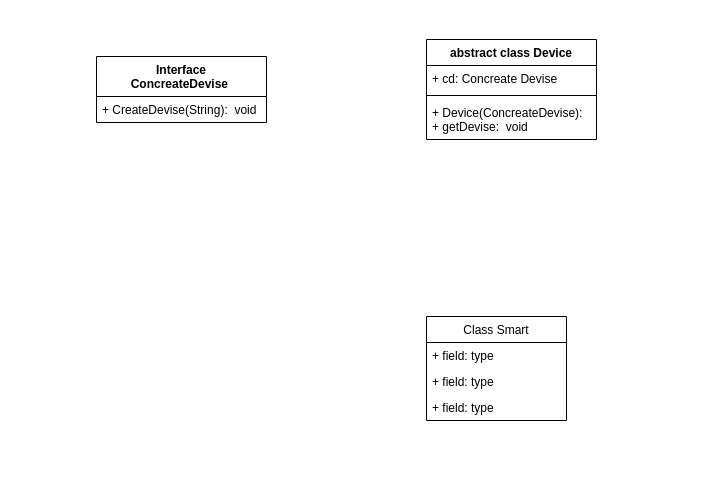
Before: page "Structural Bridge" (7 of 7) of Untitled Diagram.drawio in antonshikalyov/Diagram-patterns-, a draw.io diagram. Source tidied: cells renumbered, new cells numbered last; positions are measured from the earlier drawing's top-left corner, leaving out a move shared by most shapes. Both pictures are drawn from the tidied source at 100%, with x=0, y=0 at pixel (96, 39).
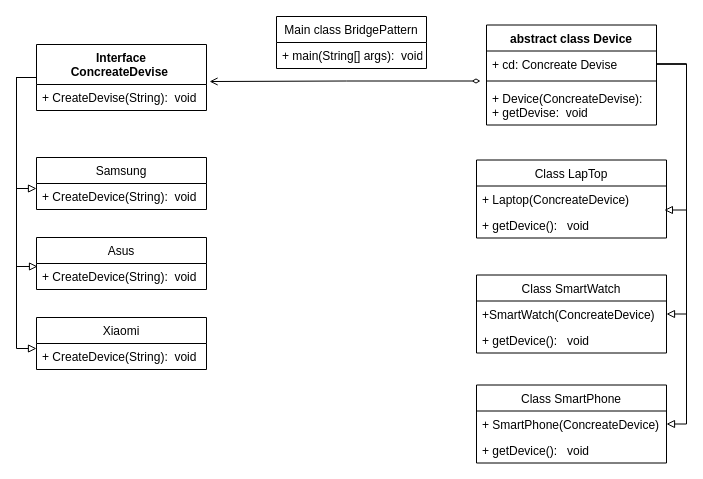
After the change.

Unchanged cells that the change refers to:
```xml
<mxCell id="3" value="+ CreateDevise(String):  void" style="text;strokeColor=none;fillColor=none;align=left;verticalAlign=top;spacingLeft=4;spacingRight=4;overflow=hidden;points=[[0,0.5],[1,0.5]];portConstraint=eastwest;" parent="2" vertex="1">
  <mxGeometry y="40" width="170" height="26" as="geometry" />
</mxCell>
<mxCell id="5" value="+ cd: Concreate Devise" style="text;strokeColor=none;fillColor=none;align=left;verticalAlign=top;spacingLeft=4;spacingRight=4;overflow=hidden;points=[[0,0.5],[1,0.5]];portConstraint=eastwest;" parent="4" vertex="1">
  <mxGeometry y="26" width="170" height="26" as="geometry" />
</mxCell>
<mxCell id="6" style="line;strokeWidth=1;fillColor=none;align=left;verticalAlign=middle;spacingTop=-1;spacingLeft=3;spacingRight=3;labelPosition=right;points=[];portConstraint=eastwest;" parent="4" vertex="1">
  <mxGeometry y="52" width="170" height="8" as="geometry" />
</mxCell>
```

Diff of the diagram source:
```diff
@@
+    <mxCell id="12" style="group;" parent="1" vertex="1">
+      <mxGeometry x="-80" y="5" width="190" height="325" as="geometry" />
+    </mxCell>
-    <mxCell id="2" value="Interface &#10;ConcreateDevise " style="swimlane;fontStyle=1;horizontal=1;startSize=40;fillColor=none;hachureGap=4;" parent="1" vertex="1">
-      <mxGeometry y="17" width="170" height="66" as="geometry" />
+    <mxCell id="2" value="Interface &#10;ConcreateDevise " style="swimlane;fontStyle=1;horizontal=1;startSize=40;fillColor=none;hachureGap=4;" parent="12" vertex="1">
+      <mxGeometry x="20" width="170" height="66" as="geometry" />
     </mxCell>
@@
+    <mxCell id="13" value="Samsung" style="swimlane;fontStyle=0;horizontal=1;startSize=26;fillColor=none;" parent="12" vertex="1">
+      <mxGeometry x="20" y="113" width="170" height="52" as="geometry" />
+    </mxCell>
+    <mxCell id="14" value="+ CreateDevice(String):  void" style="text;strokeColor=none;fillColor=none;align=left;verticalAlign=top;spacingLeft=4;spacingRight=4;overflow=hidden;points=[[0,0.5],[1,0.5]];portConstraint=eastwest;" parent="13" vertex="1">
+      <mxGeometry y="26" width="170" height="26" as="geometry" />
+    </mxCell>
+    <mxCell id="15" style="edgeStyle=orthogonalEdgeStyle;rounded=0;jettySize=auto;html=1;entryX=0;entryY=0.192;entryDx=0;entryDy=0;entryPerimeter=0;endArrow=block;endFill=0;" parent="12" edge="1" source="2" target="14">
+      <mxGeometry relative="1" as="geometry">
+        <Array as="points">
+          <mxPoint y="33" />
+          <mxPoint y="144" />
+        </Array>
+      </mxGeometry>
+    </mxCell>
+    <mxCell id="16" value="Xiaomi" style="swimlane;fontStyle=0;horizontal=1;startSize=26;fillColor=none;" parent="12" vertex="1">
+      <mxGeometry x="20" y="273" width="170" height="52" as="geometry" />
+    </mxCell>
+    <mxCell id="17" value="+ CreateDevice(String):  void" style="text;strokeColor=none;fillColor=none;align=left;verticalAlign=top;spacingLeft=4;spacingRight=4;overflow=hidden;points=[[0,0.5],[1,0.5]];portConstraint=eastwest;" parent="16" vertex="1">
+      <mxGeometry y="26" width="170" height="26" as="geometry" />
+    </mxCell>
+    <mxCell id="18" style="edgeStyle=orthogonalEdgeStyle;rounded=0;jettySize=auto;html=1;entryX=0;entryY=0.192;entryDx=0;entryDy=0;entryPerimeter=0;endArrow=block;endFill=0;" parent="12" edge="1" source="2" target="17">
+      <mxGeometry relative="1" as="geometry">
+        <Array as="points">
+          <mxPoint y="33" />
+          <mxPoint y="304" />
+        </Array>
+      </mxGeometry>
+    </mxCell>
+    <mxCell id="19" value="Asus" style="swimlane;fontStyle=0;horizontal=1;startSize=26;fillColor=none;" parent="12" vertex="1">
+      <mxGeometry x="20" y="193" width="170" height="52" as="geometry" />
+    </mxCell>
+    <mxCell id="20" value="+ CreateDevice(String):  void" style="text;strokeColor=none;fillColor=none;align=left;verticalAlign=top;spacingLeft=4;spacingRight=4;overflow=hidden;points=[[0,0.5],[1,0.5]];portConstraint=eastwest;" parent="19" vertex="1">
+      <mxGeometry y="26" width="170" height="26" as="geometry" />
+    </mxCell>
+    <mxCell id="21" style="edgeStyle=orthogonalEdgeStyle;rounded=0;jettySize=auto;html=1;entryX=0.006;entryY=0.115;entryDx=0;entryDy=0;entryPerimeter=0;endArrow=block;endFill=0;" parent="12" edge="1" source="2" target="20">
+      <mxGeometry relative="1" as="geometry">
+        <Array as="points">
+          <mxPoint y="33" />
+          <mxPoint y="222" />
+        </Array>
+      </mxGeometry>
+    </mxCell>
+    <mxCell id="22" style="group;" parent="1" vertex="1">
+      <mxGeometry x="380" y="-14.5" width="210" height="438" as="geometry" />
+    </mxCell>
-    <mxCell id="4" value="abstract class Device" style="swimlane;fontStyle=1;align=center;verticalAlign=top;horizontal=1;startSize=26;hachureGap=4;" parent="1" vertex="1">
-      <mxGeometry x="330" width="170" height="100" as="geometry" />
+    <mxCell id="4" value="abstract class Device" style="swimlane;fontStyle=1;align=center;verticalAlign=top;horizontal=1;startSize=26;hachureGap=4;" parent="22" vertex="1">
+      <mxGeometry x="10" width="170" height="100" as="geometry" />
     </mxCell>
@@
-    <mxCell id="8" value="Class Smart" style="swimlane;fontStyle=0;horizontal=1;startSize=26;fillColor=none;hachureGap=4;" parent="1" vertex="1">
-      <mxGeometry x="330" y="277" width="140" height="104" as="geometry" />
+    <mxCell id="8" value="Class LapTop" style="swimlane;fontStyle=0;horizontal=1;startSize=26;fillColor=none;hachureGap=4;" parent="22" vertex="1">
+      <mxGeometry y="135" width="190" height="78" as="geometry" />
     </mxCell>
-    <mxCell id="9" value="+ field: type" style="text;strokeColor=none;fillColor=none;align=left;verticalAlign=top;spacingLeft=4;spacingRight=4;overflow=hidden;" parent="8" vertex="1">
-      <mxGeometry y="26" width="140" height="26" as="geometry" />
+    <mxCell id="9" value="+ Laptop(ConcreateDevice)" style="text;strokeColor=none;fillColor=none;align=left;verticalAlign=top;spacingLeft=4;spacingRight=4;overflow=hidden;" parent="8" vertex="1">
+      <mxGeometry y="26" width="190" height="26" as="geometry" />
     </mxCell>
-    <mxCell id="10" value="+ field: type" style="text;strokeColor=none;fillColor=none;align=left;verticalAlign=top;spacingLeft=4;spacingRight=4;overflow=hidden;points=[[0,0.5],[1,0.5]];portConstraint=eastwest;" parent="8" vertex="1">
-      <mxGeometry y="52" width="140" height="26" as="geometry" />
+    <mxCell id="10" value="+ getDevice():   void" style="text;strokeColor=none;fillColor=none;align=left;verticalAlign=top;spacingLeft=4;spacingRight=4;overflow=hidden;points=[[0,0.5],[1,0.5]];portConstraint=eastwest;" parent="8" vertex="1">
+      <mxGeometry y="52" width="190" height="26" as="geometry" />
     </mxCell>
-    <mxCell id="11" value="+ field: type" style="text;strokeColor=none;fillColor=none;align=left;verticalAlign=top;spacingLeft=4;spacingRight=4;overflow=hidden;" parent="8" vertex="1">
-      <mxGeometry y="78" width="140" height="26" as="geometry" />
-    </mxCell>
+    <mxCell id="23" value="Class SmartWatch" style="swimlane;fontStyle=0;horizontal=1;startSize=26;fillColor=none;hachureGap=4;" parent="22" vertex="1">
+      <mxGeometry y="250" width="190" height="78" as="geometry" />
+    </mxCell>
+    <mxCell id="24" value="+SmartWatch(ConcreateDevice)" style="text;strokeColor=none;fillColor=none;align=left;verticalAlign=top;spacingLeft=4;spacingRight=4;overflow=hidden;points=[[0,0.5],[1,0.5]];portConstraint=eastwest;" parent="23" vertex="1">
+      <mxGeometry y="26" width="190" height="26" as="geometry" />
+    </mxCell>
+    <mxCell id="25" value="+ getDevice():   void" style="text;strokeColor=none;fillColor=none;align=left;verticalAlign=top;spacingLeft=4;spacingRight=4;overflow=hidden;" parent="23" vertex="1">
+      <mxGeometry y="52" width="190" height="26" as="geometry" />
+    </mxCell>
+    <mxCell id="26" value="Class SmartPhone" style="swimlane;fontStyle=0;horizontal=1;startSize=26;fillColor=none;hachureGap=4;" parent="22" vertex="1">
+      <mxGeometry y="360" width="190" height="78" as="geometry" />
+    </mxCell>
+    <mxCell id="27" value="+ SmartPhone(ConcreateDevice)" style="text;strokeColor=none;fillColor=none;align=left;verticalAlign=top;spacingLeft=4;spacingRight=4;overflow=hidden;points=[[0,0.5],[1,0.5]];portConstraint=eastwest;" parent="26" vertex="1">
+      <mxGeometry y="26" width="190" height="26" as="geometry" />
+    </mxCell>
+    <mxCell id="28" value="+ getDevice():   void" style="text;strokeColor=none;fillColor=none;align=left;verticalAlign=top;spacingLeft=4;spacingRight=4;overflow=hidden;" parent="26" vertex="1">
+      <mxGeometry y="52" width="190" height="26" as="geometry" />
+    </mxCell>
+    <mxCell id="29" style="edgeStyle=orthogonalEdgeStyle;rounded=0;jettySize=auto;html=1;entryX=1;entryY=0.5;entryDx=0;entryDy=0;endArrow=block;endFill=0;exitX=1;exitY=0.5;exitDx=0;exitDy=0;" parent="22" edge="1" source="5" target="24">
+      <mxGeometry relative="1" as="geometry">
+        <Array as="points">
+          <mxPoint x="210" y="39" />
+          <mxPoint x="210" y="289" />
+        </Array>
+      </mxGeometry>
+    </mxCell>
+    <mxCell id="30" style="edgeStyle=orthogonalEdgeStyle;rounded=0;jettySize=auto;html=1;entryX=0.989;entryY=-0.077;entryDx=0;entryDy=0;entryPerimeter=0;endArrow=block;endFill=0;" parent="22" edge="1" source="5" target="10">
+      <mxGeometry relative="1" as="geometry">
+        <Array as="points">
+          <mxPoint x="210" y="39" />
+          <mxPoint x="210" y="185" />
+        </Array>
+      </mxGeometry>
+    </mxCell>
+    <mxCell id="31" style="edgeStyle=orthogonalEdgeStyle;rounded=0;jettySize=auto;html=1;entryX=1;entryY=0.5;entryDx=0;entryDy=0;endArrow=block;endFill=0;" parent="22" edge="1" source="5" target="27">
+      <mxGeometry relative="1" as="geometry">
+        <Array as="points">
+          <mxPoint x="210" y="39" />
+          <mxPoint x="210" y="399" />
+        </Array>
+      </mxGeometry>
+    </mxCell>
+    <mxCell id="32" style="edgeStyle=orthogonalEdgeStyle;rounded=0;jettySize=auto;html=1;entryX=1.018;entryY=-0.115;entryDx=0;entryDy=0;entryPerimeter=0;endArrow=open;endFill=0;startArrow=diamondThin;startFill=0;targetPerimeterSpacing=6;sourcePerimeterSpacing=6;" parent="1" edge="1" source="6" target="3">
+      <mxGeometry relative="1" as="geometry" />
+    </mxCell>
+    <mxCell id="33" value="Main class BridgePattern" style="swimlane;fontStyle=0;horizontal=1;startSize=26;fillColor=none;" parent="1" vertex="1">
+      <mxGeometry x="180" y="-23" width="150" height="52" as="geometry" />
+    </mxCell>
+    <mxCell id="34" value="+ main(String[] args):  void" style="text;strokeColor=none;fillColor=none;align=left;verticalAlign=top;spacingLeft=4;spacingRight=4;overflow=hidden;" parent="33" vertex="1">
+      <mxGeometry y="26" width="150" height="26" as="geometry" />
+    </mxCell>
```
